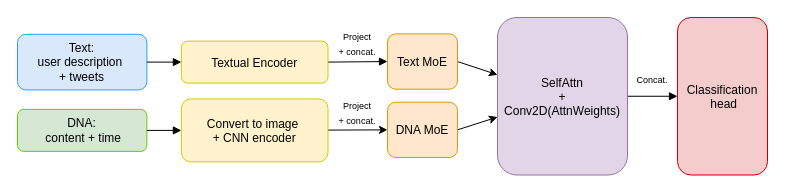
Above: figures/raw/moe_model_diagram copy.drawio in HzaRashid/BattleBotsDetector (draw.io), before the change. Source tidied: cells renumbered, new cells numbered last; positions are measured from the earlier drawing's top-left corner, leaving out a move shared by most shapes. Both pictures are drawn from the tidied source at 100%, with x=0, y=0 at pixel (17, 17).
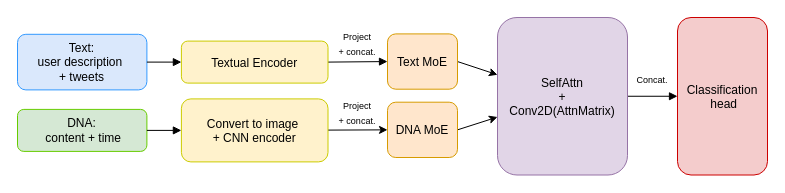
After the change.

The edit, as a diff of the source:
```diff
@@
 <mxGraphModel>
   <root>
     <mxCell id="0" />
     <mxCell id="1" parent="0" />
     <mxCell id="2" value="Text: &lt;br&gt;user description&amp;nbsp;&lt;br&gt;+ tweets" style="rounded=1;whiteSpace=wrap;html=1;fillColor=#DAE8FC;strokeColor=#3399FF;" parent="1" vertex="1">
       <mxGeometry y="16.8" width="129.4" height="55.6" as="geometry" />
     </mxCell>
     <mxCell id="3" value="DNA:&lt;br&gt;&amp;nbsp;content + time" style="rounded=1;whiteSpace=wrap;html=1;fillColor=#d5e8d4;strokeColor=#66CC00;" parent="1" vertex="1">
       <mxGeometry y="91.9" width="129.4" height="42" as="geometry" />
     </mxCell>
     <mxCell id="4" style="edgeStyle=none;html=1;exitX=1;exitY=0.5;exitDx=0;exitDy=0;entryX=0;entryY=0.5;entryDx=0;entryDy=0;endArrow=block;endFill=1;" parent="1" edge="1" source="5" target="18">
       <mxGeometry relative="1" as="geometry" />
     </mxCell>
     <mxCell id="5" value="Textual Encoder" style="rounded=1;fillColor=#fff2cc;strokeColor=#CCCC00;" parent="1" vertex="1">
       <mxGeometry x="163.9" y="23.6" width="146.6" height="42" as="geometry" />
     </mxCell>
     <mxCell id="6" style="edgeStyle=none;html=1;entryX=0;entryY=0.5;entryDx=0;entryDy=0;" parent="1" edge="1" source="7" target="16">
       <mxGeometry relative="1" as="geometry" />
     </mxCell>
     <mxCell id="7" value="Convert to image &#10;+ CNN encoder" style="rounded=1;fillColor=#fff2cc;strokeColor=#CCCC00;" parent="1" vertex="1">
       <mxGeometry x="163.9" y="81.4" width="146.6" height="63" as="geometry" />
     </mxCell>
     <mxCell id="8" style="edgeStyle=orthogonalEdgeStyle;rounded=0;jettySize=auto;html=1;exitX=1;exitY=0.5;exitDx=0;exitDy=0;entryX=0;entryY=0.5;entryDx=0;entryDy=0;endArrow=block;endFill=1;" parent="1" edge="1" source="9" target="11">
       <mxGeometry relative="1" as="geometry" />
     </mxCell>
-    <mxCell id="9" value="SelfAttn&#10;+&#10;Conv2D(AttnWeights)" style="rounded=1;fillColor=#e1d5e7;strokeColor=#9673a6;" parent="1" vertex="1">
+    <mxCell id="9" value="SelfAttn&#10;+&#10;Conv2D(AttnMatrix)" style="rounded=1;fillColor=#e1d5e7;strokeColor=#9673a6;" parent="1" vertex="1">
       <mxGeometry x="480" width="130" height="157.5" as="geometry" />
     </mxCell>
     <mxCell id="10" style="endArrow=block;" parent="1" edge="1" source="2" target="5">
       <mxGeometry relative="1" as="geometry" />
     </mxCell>
     <mxCell id="11" value="Classification&#10; head" style="rounded=1;fillColor=#f4cccc;strokeColor=#CC0000;" parent="1" vertex="1">
       <mxGeometry x="660" width="90" height="157.5" as="geometry" />
     </mxCell>
     <mxCell id="12" style="endArrow=block;entryX=0;entryY=0.5;entryDx=0;entryDy=0;exitX=1;exitY=0.5;exitDx=0;exitDy=0;" parent="1" edge="1" source="3" target="7">
       <mxGeometry relative="1" as="geometry" />
     </mxCell>
     <mxCell id="13" value="&lt;font style=&quot;font-size: 9px;&quot;&gt;Project&lt;br&gt;+ concat.&lt;/font&gt;" style="rounded=0;whiteSpace=wrap;html=1;fillColor=none;strokeColor=none;" parent="1" vertex="1">
       <mxGeometry x="320" y="16.4" width="40" height="20" as="geometry" />
     </mxCell>
     <mxCell id="14" style="edgeStyle=none;html=1;exitX=1;exitY=0.5;exitDx=0;exitDy=0;" parent="1" edge="1" source="18" target="9">
       <mxGeometry relative="1" as="geometry" />
     </mxCell>
     <mxCell id="15" style="edgeStyle=none;html=1;exitX=1;exitY=0.5;exitDx=0;exitDy=0;" parent="1" edge="1" source="16" target="9">
       <mxGeometry relative="1" as="geometry" />
     </mxCell>
     <mxCell id="16" value="DNA MoE" style="rounded=1;fillColor=#ffe6cc;strokeColor=#d79b00;" parent="1" vertex="1">
       <mxGeometry x="370" y="84.7" width="70" height="55.3" as="geometry" />
     </mxCell>
     <mxCell id="17" value="&lt;font style=&quot;font-size: 9px;&quot;&gt;Project&lt;br&gt;+ concat.&lt;/font&gt;" style="rounded=0;whiteSpace=wrap;html=1;fillColor=none;strokeColor=none;" parent="1" vertex="1">
       <mxGeometry x="320" y="84.7" width="40" height="20" as="geometry" />
     </mxCell>
     <mxCell id="18" value="Text MoE" style="rounded=1;fillColor=#ffe6cc;strokeColor=#d79b00;" parent="1" vertex="1">
       <mxGeometry x="370" y="16.4" width="70" height="55.3" as="geometry" />
     </mxCell>
     <mxCell id="19" value="&lt;font style=&quot;font-size: 9px;&quot;&gt;Concat.&lt;/font&gt;" style="rounded=0;whiteSpace=wrap;html=1;fillColor=none;strokeColor=none;" parent="1" vertex="1">
       <mxGeometry x="620" y="51.8" width="30" height="20" as="geometry" />
     </mxCell>
   </root>
 </mxGraphModel>
```
